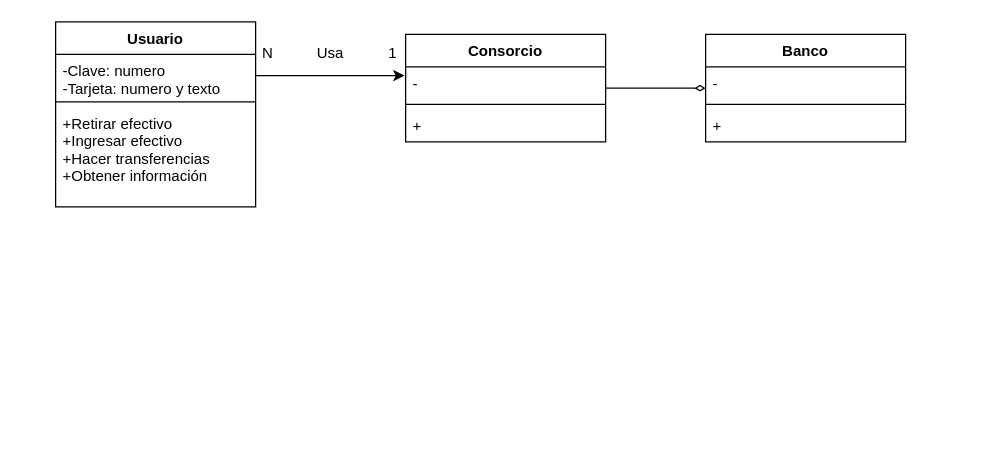
This is page "Cajero Automatico" (1 of 3) of Untitled Diagram.drawio from NatsukiAza/Proyecto-7C, a draw.io file, before an edit. Source tidied: cells renumbered, new cells numbered last; positions are measured from the earlier drawing's top-left corner, leaving out a move shared by most shapes. Both pictures are drawn from the tidied source at 125%, with x=0, y=0 at pixel (55, 21).
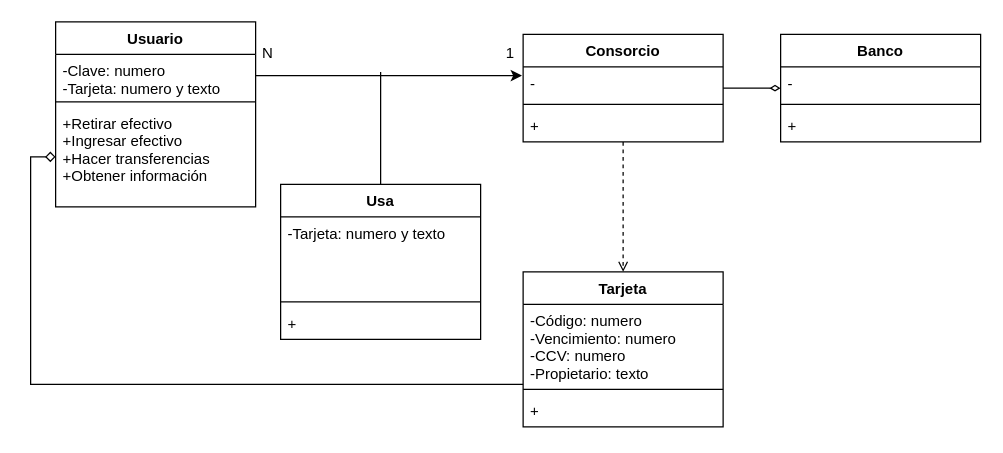
The same page after the edit.

Unchanged cells that the change refers to:
```xml
<mxCell id="5" value="+Retirar efectivo&#10;+Ingresar efectivo&#10;+Hacer transferencias&#10;+Obtener información" style="text;strokeColor=none;fillColor=none;align=left;verticalAlign=top;spacingLeft=4;spacingRight=4;overflow=hidden;points=[[0,0.5],[1,0.5]];portConstraint=eastwest;" parent="2" vertex="1">
  <mxGeometry y="68" width="160" height="80" as="geometry" />
</mxCell>
```

Diff of the diagram source:
```diff
@@
+    <mxCell id="19" style="edgeStyle=orthogonalEdgeStyle;rounded=0;jettySize=auto;html=1;entryX=0.5;entryY=0;entryDx=0;entryDy=0;endArrow=open;endFill=0;dashed=1;" parent="1" edge="1" source="7" target="20">
+      <mxGeometry relative="1" as="geometry">
+        <Array as="points">
+          <mxPoint x="454" y="53" />
+          <mxPoint x="454" y="200" />
+        </Array>
+      </mxGeometry>
+    </mxCell>
     <mxCell id="7" value="Consorcio" style="swimlane;fontStyle=1;align=center;verticalAlign=top;horizontal=1;startSize=26;" parent="1" vertex="1">
-      <mxGeometry x="280" y="10" width="160" height="86" as="geometry" />
+      <mxGeometry x="374" y="10" width="160" height="86" as="geometry" />
     </mxCell>
@@
-    <mxCell id="11" value="Usa" style="text;html=1;strokeColor=none;fillColor=none;align=center;verticalAlign=middle;whiteSpace=wrap;rounded=0;" parent="1" vertex="1">
-      <mxGeometry x="190" y="10" width="60" height="30" as="geometry" />
-    </mxCell>
@@
     <mxCell id="13" value="1" style="text;html=1;strokeColor=none;fillColor=none;align=center;verticalAlign=middle;whiteSpace=wrap;rounded=0;" parent="1" vertex="1">
-      <mxGeometry x="260" y="10" width="20" height="30" as="geometry" />
+      <mxGeometry x="354" y="10" width="20" height="30" as="geometry" />
     </mxCell>
@@
     <mxCell id="15" value="Banco" style="swimlane;fontStyle=1;align=center;verticalAlign=top;horizontal=1;startSize=26;" parent="1" vertex="1">
-      <mxGeometry x="520" y="10" width="160" height="86" as="geometry" />
+      <mxGeometry x="580" y="10" width="160" height="86" as="geometry" />
     </mxCell>
@@
+    <mxCell id="20" value="Tarjeta" style="swimlane;fontStyle=1;align=center;verticalAlign=top;horizontal=1;startSize=26;" parent="1" vertex="1">
+      <mxGeometry x="374" y="200" width="160" height="124" as="geometry" />
+    </mxCell>
+    <mxCell id="21" value="-Código: numero&#10;-Vencimiento: numero&#10;-CCV: numero&#10;-Propietario: texto" style="text;strokeColor=none;fillColor=none;align=left;verticalAlign=top;spacingLeft=4;spacingRight=4;overflow=hidden;points=[[0,0.5],[1,0.5]];portConstraint=eastwest;" parent="20" vertex="1">
+      <mxGeometry y="26" width="160" height="64" as="geometry" />
+    </mxCell>
+    <mxCell id="22" style="line;strokeWidth=1;fillColor=none;align=left;verticalAlign=middle;spacingTop=-1;spacingLeft=3;spacingRight=3;labelPosition=right;" parent="20" vertex="1">
+      <mxGeometry y="90" width="160" height="8" as="geometry" />
+    </mxCell>
+    <mxCell id="23" value="+" style="text;strokeColor=none;fillColor=none;align=left;verticalAlign=top;spacingLeft=4;spacingRight=4;overflow=hidden;" parent="20" vertex="1">
+      <mxGeometry y="98" width="160" height="26" as="geometry" />
+    </mxCell>
+    <mxCell id="11" value="Usa" style="swimlane;fontStyle=1;align=center;verticalAlign=top;horizontal=1;startSize=26;" parent="1" vertex="1">
+      <mxGeometry x="180" y="130" width="160" height="124" as="geometry" />
+    </mxCell>
+    <mxCell id="24" value="-Tarjeta: numero y texto" style="text;strokeColor=none;fillColor=none;align=left;verticalAlign=top;spacingLeft=4;spacingRight=4;overflow=hidden;" parent="11" vertex="1">
+      <mxGeometry y="26" width="160" height="64" as="geometry" />
+    </mxCell>
+    <mxCell id="25" style="line;strokeWidth=1;fillColor=none;align=left;verticalAlign=middle;spacingTop=-1;spacingLeft=3;spacingRight=3;labelPosition=right;" parent="11" vertex="1">
+      <mxGeometry y="90" width="160" height="8" as="geometry" />
+    </mxCell>
+    <mxCell id="26" value="+" style="text;strokeColor=none;fillColor=none;align=left;verticalAlign=top;spacingLeft=4;spacingRight=4;overflow=hidden;" parent="11" vertex="1">
+      <mxGeometry y="98" width="160" height="26" as="geometry" />
+    </mxCell>
+    <mxCell id="27" style="edgeStyle=orthogonalEdgeStyle;rounded=0;jettySize=auto;html=1;entryX=0;entryY=0.5;entryDx=0;entryDy=0;endArrow=diamond;endFill=0;" parent="1" edge="1" source="21" target="5">
+      <mxGeometry relative="1" as="geometry">
+        <Array as="points">
+          <mxPoint x="-20" y="290" />
+          <mxPoint x="-20" y="108" />
+        </Array>
+      </mxGeometry>
+    </mxCell>
+    <mxCell id="28" style="endArrow=none;html=1;rounded=0;exitX=0.5;exitY=0;exitDx=0;exitDy=0;" parent="1" edge="1" source="11">
+      <mxGeometry relative="1" as="geometry">
+        <mxPoint x="260" y="40" as="targetPoint" />
+      </mxGeometry>
+    </mxCell>
```
